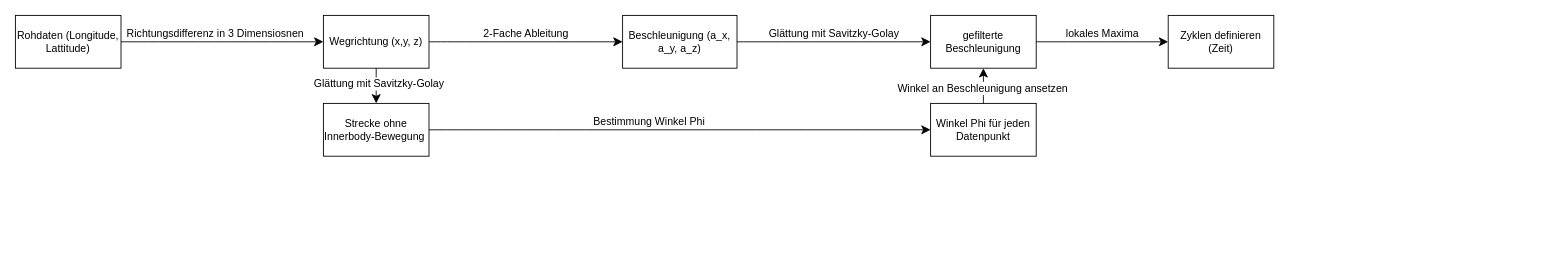
The draw.io diagram Preprocessing_flow.drawio in Louisfhgr/BA_Arbeit, before the edit. Source tidied: cells renumbered, new cells numbered last; positions are measured from the earlier drawing's top-left corner, leaving out a move shared by most shapes. Both pictures are drawn from the tidied source at 88%, with x=0, y=0 at pixel (15, 15).
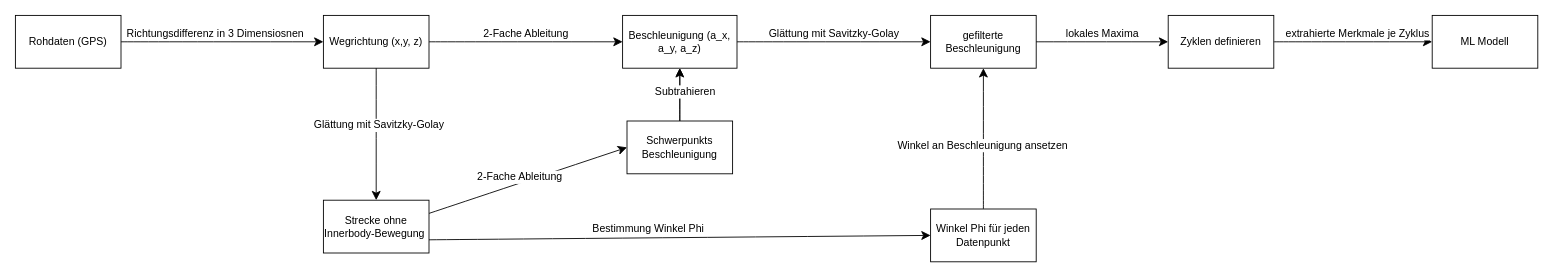
After the change.

The change refers to these unchanged cells:
```xml
<mxCell id="3" value="Beschleunigung (a_x, a_y, a_z)" style="rounded=0;whiteSpace=wrap;html=1;" parent="1" vertex="1">
  <mxGeometry x="690" width="130" height="60" as="geometry" />
</mxCell>
```

Diff of the diagram source:
```diff
@@
-    <mxCell id="2" value="Rohdaten (Longitude, Lattitude)" style="rounded=0;whiteSpace=wrap;html=1;" parent="1" vertex="1">
+    <mxCell id="2" value="Rohdaten (GPS)" style="rounded=0;whiteSpace=wrap;html=1;" parent="1" vertex="1">
       <mxGeometry width="120" height="60" as="geometry" />
     </mxCell>
@@
     <mxCell id="12" value="Strecke ohne Innerbody-Bewegung&amp;nbsp;" style="rounded=0;whiteSpace=wrap;html=1;" parent="1" vertex="1">
-      <mxGeometry x="350" y="100" width="120" height="60" as="geometry" />
+      <mxGeometry x="350" y="210" width="120" height="60" as="geometry" />
     </mxCell>
@@
     <mxCell id="15" value="Winkel Phi für jeden Datenpunkt" style="rounded=0;whiteSpace=wrap;html=1;" parent="1" vertex="1">
-      <mxGeometry x="1040" y="100" width="120" height="60" as="geometry" />
+      <mxGeometry x="1040" y="220" width="120" height="60" as="geometry" />
     </mxCell>
-    <mxCell id="16" style="endArrow=classic;html=1;rounded=0;fontSize=12;startSize=8;endSize=8;curved=1;exitX=1;exitY=0.5;exitDx=0;exitDy=0;entryX=0;entryY=0.5;entryDx=0;entryDy=0;" parent="1" edge="1" source="12" target="15">
+    <mxCell id="16" style="endArrow=classic;html=1;rounded=0;fontSize=12;startSize=8;endSize=8;curved=1;exitX=1;exitY=0.75;exitDx=0;exitDy=0;entryX=0;entryY=0.5;entryDx=0;entryDy=0;" parent="1" edge="1" source="12" target="15">
       <mxGeometry relative="1" as="geometry" />
     </mxCell>
@@
-    <mxCell id="20" value="Zyklen definieren (Zeit)" style="rounded=0;whiteSpace=wrap;html=1;" parent="1" vertex="1">
+    <mxCell id="20" value="Zyklen definieren" style="rounded=0;whiteSpace=wrap;html=1;" parent="1" vertex="1">
       <mxGeometry x="1310" width="120" height="60" as="geometry" />
     </mxCell>
@@
+    <mxCell id="23" style="edgeStyle=orthogonalEdgeStyle;rounded=0;jettySize=auto;html=1;" parent="1" edge="1" source="24" target="3">
+      <mxGeometry relative="1" as="geometry" />
+    </mxCell>
+    <mxCell id="24" value="Schwerpunkts Beschleunigung" style="rounded=0;whiteSpace=wrap;html=1;" parent="1" vertex="1">
+      <mxGeometry x="695" y="120" width="120" height="60" as="geometry" />
+    </mxCell>
+    <mxCell id="25" style="endArrow=classic;html=1;rounded=0;fontSize=12;startSize=8;endSize=8;curved=1;entryX=0;entryY=0.5;entryDx=0;entryDy=0;exitX=1;exitY=0.25;exitDx=0;exitDy=0;" parent="1" edge="1" source="12" target="24">
+      <mxGeometry relative="1" as="geometry" />
+    </mxCell>
+    <mxCell id="26" value="2-Fache Ableitung" style="edgeLabel;html=1;align=center;verticalAlign=middle;fontSize=12;" parent="25" vertex="1">
+      <mxGeometry x="-0.15" y="2" relative="1" as="geometry">
+        <mxPoint x="7" y="-8" as="offset" />
+      </mxGeometry>
+    </mxCell>
+    <mxCell id="27" style="endArrow=classic;html=1;rounded=0;fontSize=12;startSize=8;endSize=8;curved=1;exitX=0.5;exitY=0;exitDx=0;exitDy=0;entryX=0.5;entryY=1;entryDx=0;entryDy=0;" parent="1" edge="1" source="24" target="3">
+      <mxGeometry relative="1" as="geometry" />
+    </mxCell>
+    <mxCell id="28" value="Subtrahieren" style="edgeLabel;html=1;align=center;verticalAlign=middle;fontSize=12;" parent="27" vertex="1">
+      <mxGeometry x="-0.15" y="2" relative="1" as="geometry">
+        <mxPoint x="7" y="-8" as="offset" />
+      </mxGeometry>
+    </mxCell>
+    <mxCell id="29" value="ML Modell" style="rounded=0;whiteSpace=wrap;html=1;" parent="1" vertex="1">
+      <mxGeometry x="1610" width="120" height="60" as="geometry" />
+    </mxCell>
+    <mxCell id="30" style="endArrow=classic;html=1;rounded=0;fontSize=12;startSize=8;endSize=8;curved=1;entryX=0;entryY=0.5;entryDx=0;entryDy=0;exitX=1;exitY=0.5;exitDx=0;exitDy=0;" parent="1" edge="1" source="20" target="29">
+      <mxGeometry relative="1" as="geometry" />
+    </mxCell>
+    <mxCell id="31" value="extrahierte Merkmale je Zyklus" style="edgeLabel;html=1;align=center;verticalAlign=middle;fontSize=12;" parent="30" vertex="1">
+      <mxGeometry x="0.37" y="-1" relative="1" as="geometry">
+        <mxPoint x="-29" y="-11" as="offset" />
+      </mxGeometry>
+    </mxCell>
```
